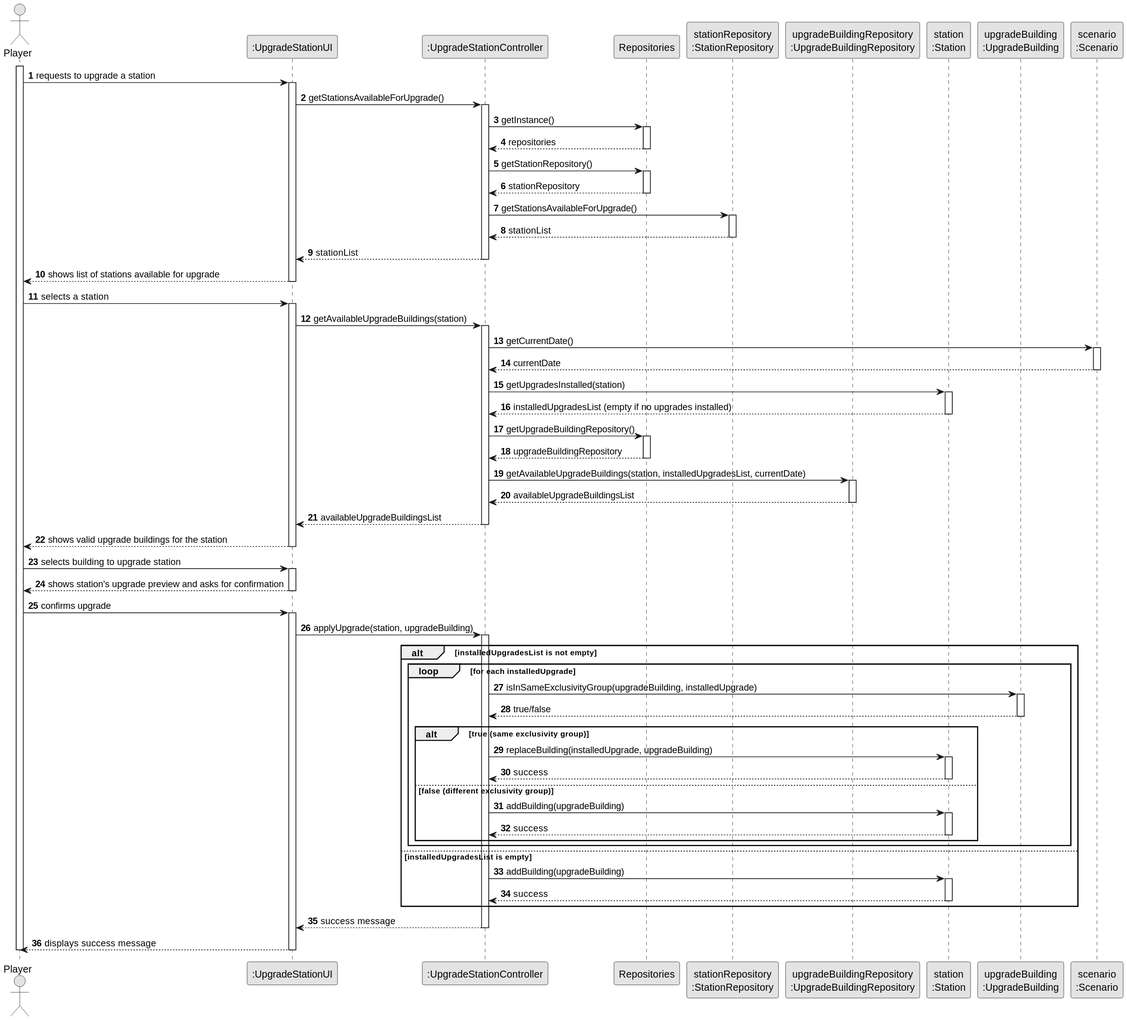
Earlier version of the PlantUML export docs/system-documentation/sprint 2/US06/03.design/svg/US006-SD-full.svg (Educ00/mdisc-2425). The source it was exported from:
```plantuml
@startuml
                            skinparam monochrome true
                            skinparam packageStyle rectangle
                            skinparam shadowing false

                            autonumber

                            actor "Player" as PLAYER
                            participant ":UpgradeStationUI" as UI
                            participant ":UpgradeStationController" as CTRL
                            participant "Repositories" as REPOS
                            participant "stationRepository\n:StationRepository" as STATION_REPO
                            participant "upgradeBuildingRepository\n:UpgradeBuildingRepository" as UPGRADE_BUILDING_REPO
                            participant "station\n:Station" as STATION
                            participant "upgradeBuilding\n:UpgradeBuilding" as UPGRADE_BUILDING
                            participant "scenario\n:Scenario" as SCENARIO

                            activate PLAYER

                                PLAYER -> UI : requests to upgrade a station
                                activate UI

                                    UI -> CTRL : getStationsAvailableForUpgrade()
                                    activate CTRL

                                        CTRL -> REPOS : getInstance()
                                        activate REPOS

                                            REPOS --> CTRL : repositories
                                        deactivate REPOS

                                        CTRL -> REPOS : getStationRepository()
                                        activate REPOS

                                            REPOS --> CTRL : stationRepository
                                        deactivate REPOS

                                        CTRL -> STATION_REPO : getStationsAvailableForUpgrade()
                                        activate STATION_REPO
                                            STATION_REPO --> CTRL : stationList
                                        deactivate STATION_REPO

                                        CTRL --> UI : stationList
                                    deactivate CTRL

                                    UI --> PLAYER : shows list of stations available for upgrade
                                deactivate UI

                                PLAYER -> UI : selects a station
                                activate UI

                                    UI -> CTRL : getAvailableUpgradeBuildings(station)
                                    activate CTRL

                                    CTRL -> SCENARIO : getCurrentDate()
                                        activate SCENARIO
                                            SCENARIO --> CTRL : currentDate
                                        deactivate SCENARIO

                                    CTRL -> STATION : getUpgradesInstalled(station)
                                    activate STATION
                                        STATION --> CTRL : installedUpgradesList (empty if no upgrades installed)
                                    deactivate STATION

                                    CTRL -> REPOS : getUpgradeBuildingRepository()
                                    activate REPOS

                                        REPOS --> CTRL : upgradeBuildingRepository
                                    deactivate REPOS

                                    CTRL -> UPGRADE_BUILDING_REPO : getAvailableUpgradeBuildings(station, installedUpgradesList, currentDate)
                                    activate UPGRADE_BUILDING_REPO
                                        UPGRADE_BUILDING_REPO --> CTRL : availableUpgradeBuildingsList
                                    deactivate UPGRADE_BUILDING_REPO

                                    CTRL --> UI : availableUpgradeBuildingsList
                                deactivate CTRL

                                UI --> PLAYER : shows valid upgrade buildings for the station
                            deactivate UI

                                PLAYER -> UI : selects building to upgrade station
                                activate UI

                                    UI --> PLAYER : shows station's upgrade preview and asks for confirmation
                                                        deactivate UI

                                PLAYER -> UI : confirms upgrade
                                activate UI
                                    UI -> CTRL : applyUpgrade(station, upgradeBuilding)
                                    activate CTRL

                                        alt installedUpgradesList is not empty
                                            loop for each installedUpgrade
                                                CTRL -> UPGRADE_BUILDING : isInSameExclusivityGroup(upgradeBuilding, installedUpgrade)
                                                activate UPGRADE_BUILDING
                                                    UPGRADE_BUILDING --> CTRL : true/false
                                                deactivate UPGRADE_BUILDING

                                                alt true (same exclusivity group)
                                                    CTRL -> STATION : replaceBuilding(installedUpgrade, upgradeBuilding)
                                                    activate STATION
                                                        STATION --> CTRL : success
                                                    deactivate STATION
                                                else false (different exclusivity group)
                                                    CTRL -> STATION : addBuilding(upgradeBuilding)
                                                    activate STATION
                                                        STATION --> CTRL : success
                                                    deactivate STATION
                                                end
                                            end
                                        else installedUpgradesList is empty
                                            CTRL -> STATION : addBuilding(upgradeBuilding)
                                            activate STATION
                                                STATION --> CTRL : success
                                            deactivate STATION
                                        end

                                        CTRL --> UI : success message
                                    deactivate CTRL

                                    UI --> PLAYER : displays success message
                                deactivate UI

                            deactivate PLAYER
                            @enduml
```
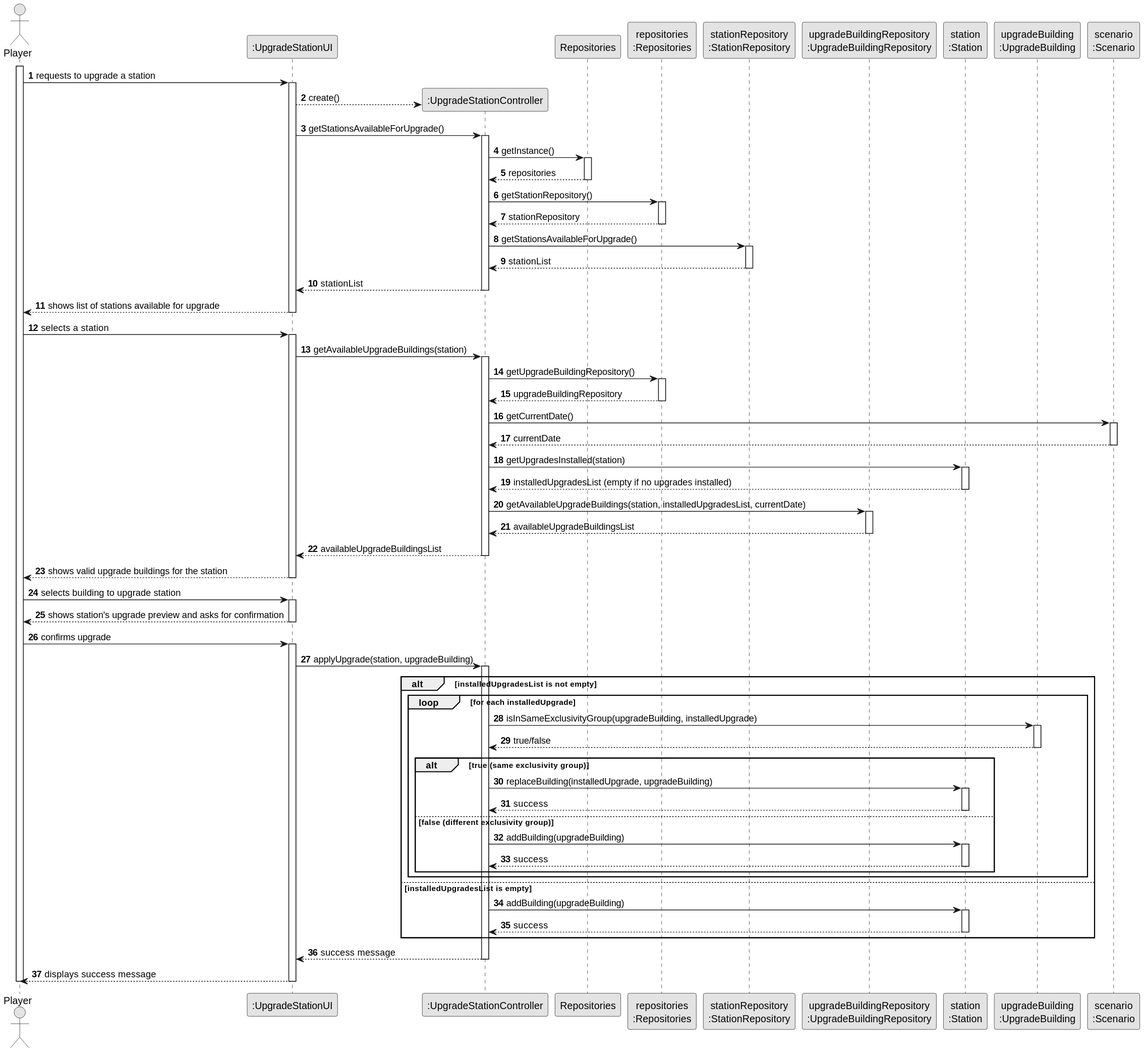
Later version of the same file.

Commit message:
More updates on US06 Design. Updated the documentation to use the Singleton Pattern. By that, had to change the SD and consequently the CD mainly.

What changed in the source:
```diff
@@ -1,126 +1,129 @@
 @startuml
-                            skinparam monochrome true
-                            skinparam packageStyle rectangle
-                            skinparam shadowing false
+skinparam monochrome true
+skinparam packageStyle rectangle
+skinparam shadowing false
 
-                            autonumber
+autonumber
 
-                            actor "Player" as PLAYER
-                            participant ":UpgradeStationUI" as UI
-                            participant ":UpgradeStationController" as CTRL
-                            participant "Repositories" as REPOS
-                            participant "stationRepository\n:StationRepository" as STATION_REPO
-                            participant "upgradeBuildingRepository\n:UpgradeBuildingRepository" as UPGRADE_BUILDING_REPO
-                            participant "station\n:Station" as STATION
-                            participant "upgradeBuilding\n:UpgradeBuilding" as UPGRADE_BUILDING
-                            participant "scenario\n:Scenario" as SCENARIO
+actor "Player" as PLAYER
+participant ":UpgradeStationUI" as UI
+participant ":UpgradeStationController" as CTRL
+participant "Repositories" as REPOS
+participant "repositories\n:Repositories" as REPOS_SINGLETON
+participant "stationRepository\n:StationRepository" as STATION_REPO
+participant "upgradeBuildingRepository\n:UpgradeBuildingRepository" as UPGRADE_BUILDING_REPO
+participant "station\n:Station" as STATION
+participant "upgradeBuilding\n:UpgradeBuilding" as UPGRADE_BUILDING
+participant "scenario\n:Scenario" as SCENARIO
 
-                            activate PLAYER
+activate PLAYER
 
-                                PLAYER -> UI : requests to upgrade a station
-                                activate UI
+PLAYER -> UI : requests to upgrade a station
+activate UI
 
-                                    UI -> CTRL : getStationsAvailableForUpgrade()
-                                    activate CTRL
+UI --> CTRL** : create()
 
-                                        CTRL -> REPOS : getInstance()
-                                        activate REPOS
+UI -> CTRL : getStationsAvailableForUpgrade()
+activate CTRL
 
-                                            REPOS --> CTRL : repositories
-                                        deactivate REPOS
+CTRL -> REPOS : getInstance()
+activate REPOS
 
-                                        CTRL -> REPOS : getStationRepository()
-                                        activate REPOS
+REPOS --> CTRL : repositories
+deactivate REPOS
 
-                                            REPOS --> CTRL : stationRepository
-                                        deactivate REPOS
+CTRL -> REPOS_SINGLETON : getStationRepository()
+activate REPOS_SINGLETON
 
-                                        CTRL -> STATION_REPO : getStationsAvailableForUpgrade()
-                                        activate STATION_REPO
-                                            STATION_REPO --> CTRL : stationList
-                                        deactivate STATION_REPO
+REPOS_SINGLETON --> CTRL : stationRepository
+deactivate REPOS_SINGLETON
 
-                                        CTRL --> UI : stationList
-                                    deactivate CTRL
+CTRL -> STATION_REPO : getStationsAvailableForUpgrade()
+activate STATION_REPO
+STATION_REPO --> CTRL : stationList
+deactivate STATION_REPO
 
-                                    UI --> PLAYER : shows list of stations available for upgrade
-                                deactivate UI
+CTRL --> UI : stationList
+deactivate CTRL
 
-                                PLAYER -> UI : selects a station
-                                activate UI
+UI --> PLAYER : shows list of stations available for upgrade
+deactivate UI
 
-                                    UI -> CTRL : getAvailableUpgradeBuildings(station)
-                                    activate CTRL
+PLAYER -> UI : selects a station
+activate UI
 
-                                    CTRL -> SCENARIO : getCurrentDate()
-                                        activate SCENARIO
-                                            SCENARIO --> CTRL : currentDate
-                                        deactivate SCENARIO
+UI -> CTRL : getAvailableUpgradeBuildings(station)
+activate CTRL
 
-                                    CTRL -> STATION : getUpgradesInstalled(station)
-                                    activate STATION
-                                        STATION --> CTRL : installedUpgradesList (empty if no upgrades installed)
-                                    deactivate STATION
+CTRL -> REPOS_SINGLETON : getUpgradeBuildingRepository()
+activate REPOS_SINGLETON
 
-                                    CTRL -> REPOS : getUpgradeBuildingRepository()
-                                    activate REPOS
+REPOS_SINGLETON --> CTRL : upgradeBuildingRepository
+deactivate REPOS_SINGLETON
 
-                                        REPOS --> CTRL : upgradeBuildingRepository
-                                    deactivate REPOS
+CTRL -> SCENARIO : getCurrentDate()
+activate SCENARIO
+SCENARIO --> CTRL : currentDate
+deactivate SCENARIO
 
-                                    CTRL -> UPGRADE_BUILDING_REPO : getAvailableUpgradeBuildings(station, installedUpgradesList, currentDate)
-                                    activate UPGRADE_BUILDING_REPO
-                                        UPGRADE_BUILDING_REPO --> CTRL : availableUpgradeBuildingsList
-                                    deactivate UPGRADE_BUILDING_REPO
+CTRL -> STATION : getUpgradesInstalled(station)
+activate STATION
+STATION --> CTRL : installedUpgradesList (empty if no upgrades installed)
+deactivate STATION
 
-                                    CTRL --> UI : availableUpgradeBuildingsList
-                                deactivate CTRL
+CTRL -> UPGRADE_BUILDING_REPO : getAvailableUpgradeBuildings(station, installedUpgradesList, currentDate)
+activate UPGRADE_BUILDING_REPO
+UPGRADE_BUILDING_REPO --> CTRL : availableUpgradeBuildingsList
+deactivate UPGRADE_BUILDING_REPO
 
-                                UI --> PLAYER : shows valid upgrade buildings for the station
-                            deactivate UI
+CTRL --> UI : availableUpgradeBuildingsList
+deactivate CTRL
 
-                                PLAYER -> UI : selects building to upgrade station
-                                activate UI
+UI --> PLAYER : shows valid upgrade buildings for the station
+deactivate UI
 
-                                    UI --> PLAYER : shows station's upgrade preview and asks for confirmation
-                                                        deactivate UI
+PLAYER -> UI : selects building to upgrade station
+activate UI
 
-                                PLAYER -> UI : confirms upgrade
-                                activate UI
-                                    UI -> CTRL : applyUpgrade(station, upgradeBuilding)
-                                    activate CTRL
+UI --> PLAYER : shows station's upgrade preview and asks for confirmation
+deactivate UI
 
-                                        alt installedUpgradesList is not empty
-                                            loop for each installedUpgrade
-                                                CTRL -> UPGRADE_BUILDING : isInSameExclusivityGroup(upgradeBuilding, installedUpgrade)
-                                                activate UPGRADE_BUILDING
-                                                    UPGRADE_BUILDING --> CTRL : true/false
-                                                deactivate UPGRADE_BUILDING
+PLAYER -> UI : confirms upgrade
+activate UI
+UI -> CTRL : applyUpgrade(station, upgradeBuilding)
+activate CTRL
 
-                                                alt true (same exclusivity group)
-                                                    CTRL -> STATION : replaceBuilding(installedUpgrade, upgradeBuilding)
-                                                    activate STATION
-                                                        STATION --> CTRL : success
-                                                    deactivate STATION
-                                                else false (different exclusivity group)
-                                                    CTRL -> STATION : addBuilding(upgradeBuilding)
-                                                    activate STATION
-                                                        STATION --> CTRL : success
-                                                    deactivate STATION
-                                                end
-                                            end
-                                        else installedUpgradesList is empty
-                                            CTRL -> STATION : addBuilding(upgradeBuilding)
-                                            activate STATION
-                                                STATION --> CTRL : success
-                                            deactivate STATION
-                                        end
+alt installedUpgradesList is not empty
+loop for each installedUpgrade
+CTRL -> UPGRADE_BUILDING : isInSameExclusivityGroup(upgradeBuilding, installedUpgrade)
+activate UPGRADE_BUILDING
+UPGRADE_BUILDING --> CTRL : true/false
+deactivate UPGRADE_BUILDING
 
-                                        CTRL --> UI : success message
-                                    deactivate CTRL
+alt true (same exclusivity group)
+CTRL -> STATION : replaceBuilding(installedUpgrade, upgradeBuilding)
+activate STATION
+STATION --> CTRL : success
+deactivate STATION
+else false (different exclusivity group)
+CTRL -> STATION : addBuilding(upgradeBuilding)
+activate STATION
+STATION --> CTRL : success
+deactivate STATION
+end
+end
+else installedUpgradesList is empty
+CTRL -> STATION : addBuilding(upgradeBuilding)
+activate STATION
+STATION --> CTRL : success
+deactivate STATION
+end
 
-                                    UI --> PLAYER : displays success message
-                                deactivate UI
+CTRL --> UI : success message
+deactivate CTRL
 
-                            deactivate PLAYER
-                            @enduml
+UI --> PLAYER : displays success message
+deactivate UI
+
+deactivate PLAYER
+@enduml
```
